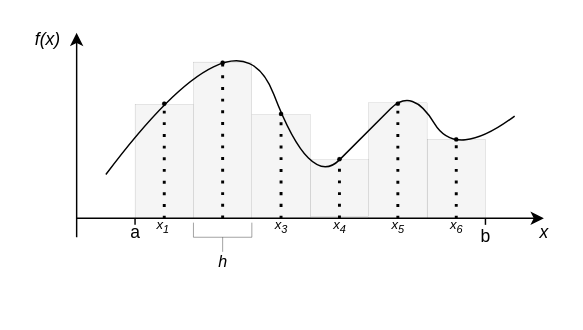
Before: materials/slides/lecture_2_2/figures/midpoint.drawio in PurdueAGEC652/AGEC652_2023, a draw.io diagram. Source tidied: cells renumbered, new cells numbered last; positions are measured from the earlier drawing's top-left corner, leaving out a move shared by most shapes. Both pictures are drawn from the tidied source at 146%, with x=0, y=0 at pixel (25, -1).
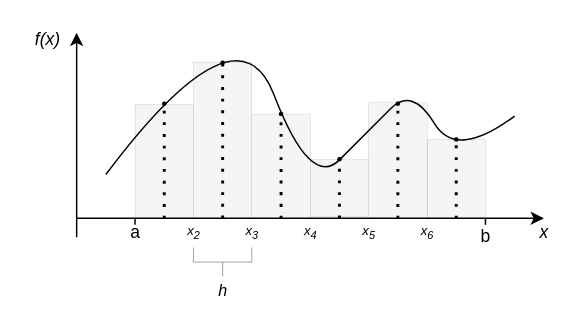
After the change.

Change to the diagram source:
```diff
@@
     <mxCell id="27" style="strokeWidth=0.25;html=1;shape=mxgraph.flowchart.annotation_2;align=left;labelPosition=right;fillColor=#000000;rotation=-90;sketch=0;shadow=0;" parent="1" vertex="1">
-      <mxGeometry x="125" y="143" width="20" height="40" as="geometry" />
+      <mxGeometry x="125" y="160" width="20" height="40" as="geometry" />
     </mxCell>
     <mxCell id="28" value="h" style="text;html=1;align=center;verticalAlign=middle;strokeColor=none;fillColor=none;fontSize=11;fontStyle=2;" parent="1" vertex="1">
-      <mxGeometry x="125" y="170" width="20" height="20" as="geometry" />
+      <mxGeometry x="125" y="190" width="20" height="20" as="geometry" />
     </mxCell>
@@
-    <mxCell id="31" value="x&lt;sub&gt;1&lt;/sub&gt;" style="text;html=1;align=center;verticalAlign=middle;strokeColor=none;fillColor=none;fontStyle=2;fontSize=9;" parent="1" vertex="1">
-      <mxGeometry x="84" y="146" width="20" height="20" as="geometry" />
+    <mxCell id="31" value="x&lt;sub&gt;2&lt;/sub&gt;" style="text;html=1;align=center;verticalAlign=middle;strokeColor=none;fillColor=none;fontStyle=2;fontSize=9;" parent="1" vertex="1">
+      <mxGeometry x="100" y="145" width="30" height="30" as="geometry" />
     </mxCell>
     <mxCell id="32" value="x&lt;sub&gt;3&lt;/sub&gt;" style="text;html=1;align=center;verticalAlign=middle;strokeColor=none;fillColor=none;fontStyle=2;fontSize=9;" parent="1" vertex="1">
-      <mxGeometry x="165" y="146" width="20" height="20" as="geometry" />
+      <mxGeometry x="145" y="150" width="20" height="20" as="geometry" />
     </mxCell>
     <mxCell id="33" value="x&lt;sub&gt;4&lt;/sub&gt;" style="text;html=1;align=center;verticalAlign=middle;strokeColor=none;fillColor=none;fontStyle=2;fontSize=9;" parent="1" vertex="1">
-      <mxGeometry x="205" y="146" width="20" height="20" as="geometry" />
+      <mxGeometry x="185" y="150" width="20" height="20" as="geometry" />
     </mxCell>
     <mxCell id="34" value="x&lt;sub&gt;5&lt;/sub&gt;" style="text;html=1;align=center;verticalAlign=middle;strokeColor=none;fillColor=none;fontStyle=2;fontSize=9;" parent="1" vertex="1">
-      <mxGeometry x="245" y="146" width="20" height="20" as="geometry" />
+      <mxGeometry x="225" y="150" width="20" height="20" as="geometry" />
     </mxCell>
     <mxCell id="35" value="x&lt;sub&gt;6&lt;/sub&gt;" style="text;html=1;align=center;verticalAlign=middle;strokeColor=none;fillColor=none;fontStyle=2;fontSize=9;" parent="1" vertex="1">
-      <mxGeometry x="285" y="146" width="20" height="20" as="geometry" />
+      <mxGeometry x="265" y="150" width="20" height="20" as="geometry" />
     </mxCell>
```
